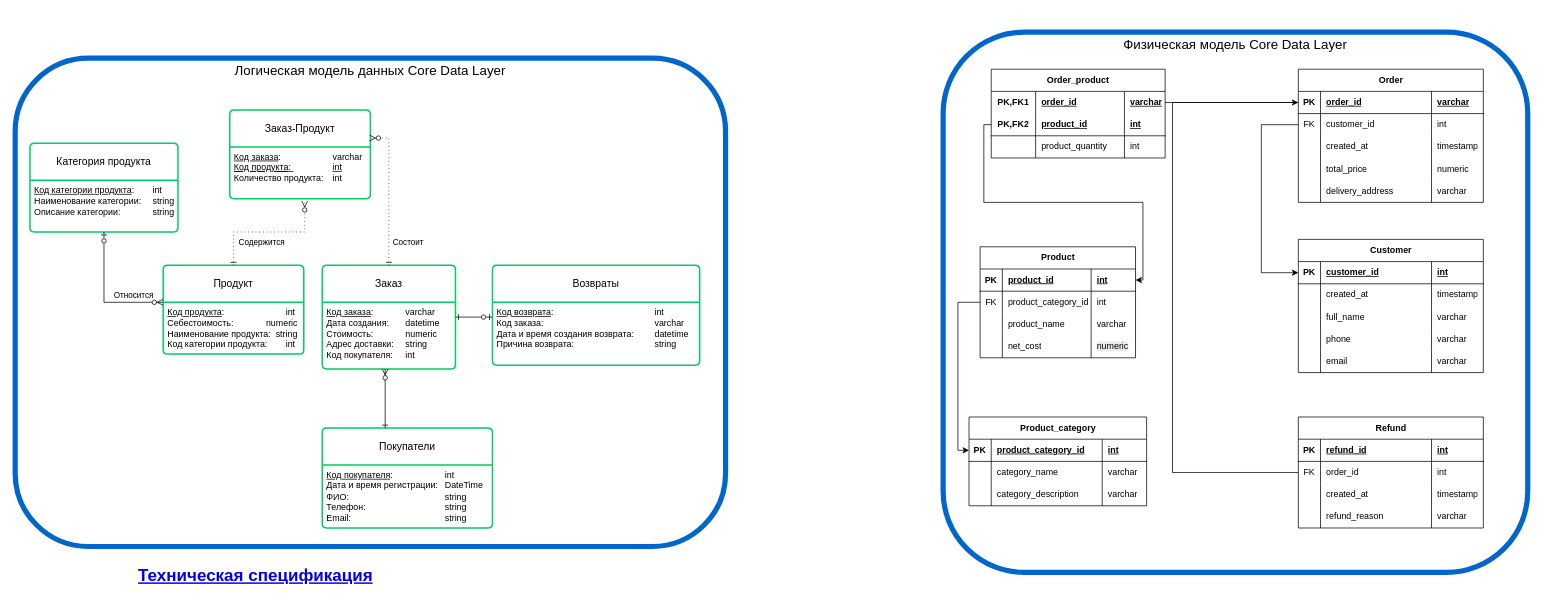
Above: page "CDL" (1 of 3) of PWH-18_diplom.drawio in nik-gorby/PWH-18 (draw.io), before the change. Source tidied: cells renumbered, new cells numbered last; positions are measured from the earlier drawing's top-left corner, leaving out a move shared by most shapes. Both pictures are drawn from the tidied source at 74%, with x=0, y=0 at pixel (15, 32).
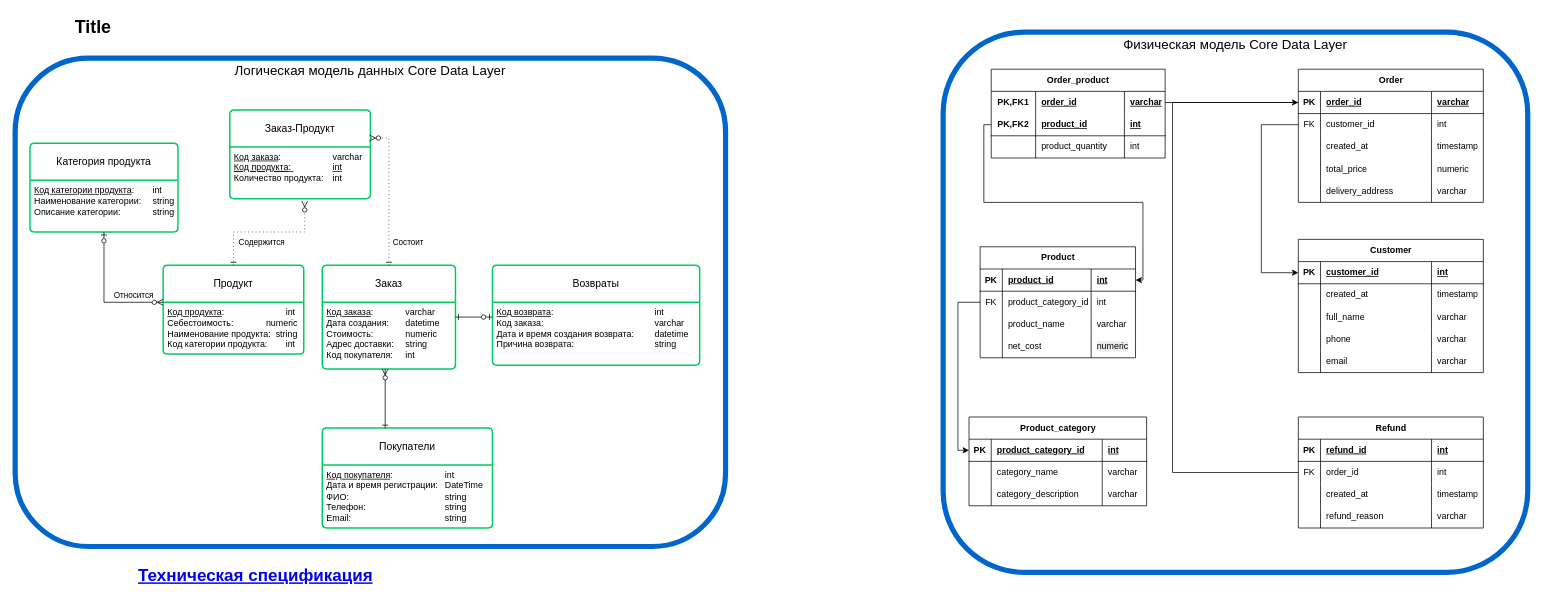
Above is the later version.

Diff of the diagram source:
```diff
@@
+    <mxCell id="134" value="Title" style="text;strokeColor=none;fillColor=none;html=1;fontSize=24;fontStyle=1;verticalAlign=middle;align=center;" parent="1" vertex="1">
+      <mxGeometry x="55" y="-26" width="100" height="40" as="geometry" />
+    </mxCell>
```
